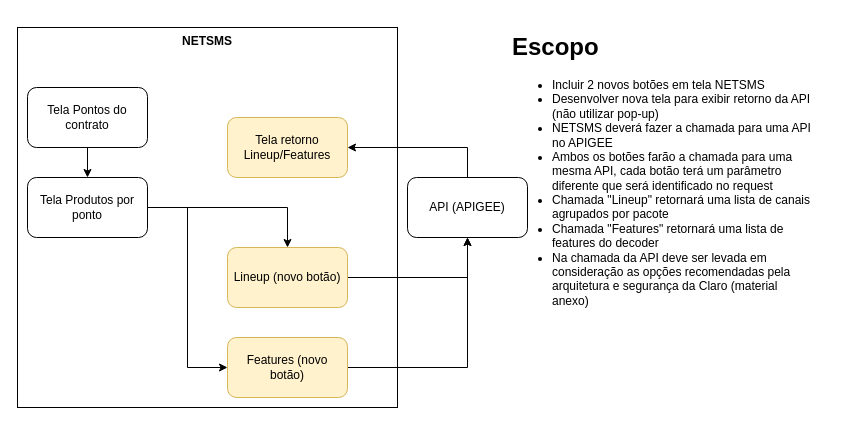
The draw.io diagram page "Lineup NETSMS" (1 of 2) of Botão lineup.drawio in samirali/ClaroBrasil, before the edit. Source tidied: cells renumbered, new cells numbered last; positions are measured from the earlier drawing's top-left corner, leaving out a move shared by most shapes. Both pictures are drawn from the tidied source at 100%, with x=0, y=0 at pixel (17, 27).
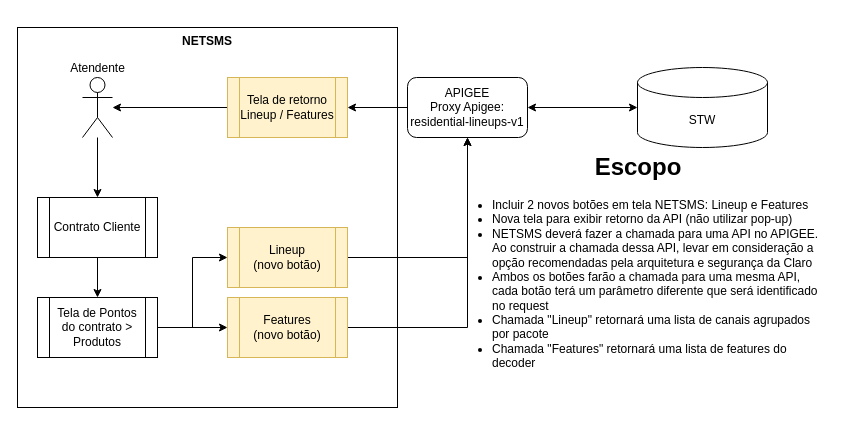
The same page after the edit.

Change to the diagram source:
```diff
@@
-    <mxCell id="3" style="edgeStyle=orthogonalEdgeStyle;rounded=0;jettySize=auto;html=1;" parent="1" edge="1" source="4" target="9">
-      <mxGeometry relative="1" as="geometry" />
-    </mxCell>
-    <mxCell id="4" value="Tela Pontos do contrato" style="rounded=1;whiteSpace=wrap;html=1;" parent="1" vertex="1">
-      <mxGeometry x="10" y="60" width="120" height="60" as="geometry" />
-    </mxCell>
-    <mxCell id="5" style="edgeStyle=orthogonalEdgeStyle;rounded=0;jettySize=auto;html=1;entryX=1;entryY=0.5;entryDx=0;entryDy=0;exitX=0.5;exitY=0;exitDx=0;exitDy=0;" parent="1" edge="1" source="6" target="14">
-      <mxGeometry relative="1" as="geometry">
-        <Array as="points">
-          <mxPoint x="450" y="120" />
-        </Array>
-      </mxGeometry>
-    </mxCell>
+    <mxCell id="16" style="edgeStyle=orthogonalEdgeStyle;rounded=0;jettySize=auto;html=1;startArrow=classic;startFill=1;" parent="1" edge="1" source="6" target="19">
+      <mxGeometry relative="1" as="geometry" />
+    </mxCell>
+    <mxCell id="17" style="edgeStyle=orthogonalEdgeStyle;rounded=0;jettySize=auto;html=1;entryX=1;entryY=0.5;entryDx=0;entryDy=0;" parent="1" edge="1" source="6" target="25">
+      <mxGeometry relative="1" as="geometry" />
+    </mxCell>
-    <mxCell id="6" value="API (APIGEE)" style="rounded=1;whiteSpace=wrap;html=1;" parent="1" vertex="1">
-      <mxGeometry x="390" y="150" width="120" height="60" as="geometry" />
+    <mxCell id="6" value="APIGEE&lt;br&gt;Proxy Apigee: residential-lineups-v1" style="rounded=1;whiteSpace=wrap;html=1;" parent="1" vertex="1">
+      <mxGeometry x="390" y="50" width="120" height="60" as="geometry" />
     </mxCell>
-    <mxCell id="7" style="edgeStyle=orthogonalEdgeStyle;rounded=0;jettySize=auto;html=1;" parent="1" edge="1" source="9" target="11">
+    <mxCell id="7" style="edgeStyle=orthogonalEdgeStyle;rounded=0;jettySize=auto;html=1;exitX=1;exitY=0.5;exitDx=0;exitDy=0;entryX=0;entryY=0.5;entryDx=0;entryDy=0;" parent="1" edge="1" source="20" target="11">
       <mxGeometry relative="1" as="geometry" />
     </mxCell>
-    <mxCell id="8" style="edgeStyle=orthogonalEdgeStyle;rounded=0;jettySize=auto;html=1;entryX=0;entryY=0.5;entryDx=0;entryDy=0;" parent="1" edge="1" source="9" target="13">
+    <mxCell id="8" style="edgeStyle=orthogonalEdgeStyle;rounded=0;jettySize=auto;html=1;exitX=1;exitY=0.5;exitDx=0;exitDy=0;entryX=0;entryY=0.5;entryDx=0;entryDy=0;" parent="1" edge="1" source="20" target="13">
       <mxGeometry relative="1" as="geometry" />
     </mxCell>
-    <mxCell id="9" value="Tela Produtos por ponto" style="rounded=1;whiteSpace=wrap;html=1;" parent="1" vertex="1">
-      <mxGeometry x="10" y="150" width="120" height="60" as="geometry" />
-    </mxCell>
-    <mxCell id="10" style="edgeStyle=orthogonalEdgeStyle;rounded=0;jettySize=auto;html=1;entryX=0.5;entryY=1;entryDx=0;entryDy=0;" parent="1" edge="1" source="11" target="6">
+    <mxCell id="10" style="edgeStyle=orthogonalEdgeStyle;rounded=0;jettySize=auto;html=1;entryX=0.5;entryY=1;entryDx=0;entryDy=0;exitX=1;exitY=0.5;exitDx=0;exitDy=0;" parent="1" edge="1" source="11" target="6">
       <mxGeometry relative="1" as="geometry" />
     </mxCell>
+    <mxCell id="12" style="edgeStyle=orthogonalEdgeStyle;rounded=0;jettySize=auto;html=1;entryX=0.5;entryY=1;entryDx=0;entryDy=0;exitX=1;exitY=0.5;exitDx=0;exitDy=0;" parent="1" edge="1" source="13" target="6">
+      <mxGeometry relative="1" as="geometry" />
+    </mxCell>
+    <mxCell id="18" style="edgeStyle=orthogonalEdgeStyle;rounded=0;jettySize=auto;html=1;exitX=0;exitY=0.5;exitDx=0;exitDy=0;" parent="1" edge="1" source="25" target="22">
+      <mxGeometry relative="1" as="geometry" />
+    </mxCell>
+    <mxCell id="15" value="&lt;h1 style=&quot;text-align: center;&quot;&gt;Escopo&lt;/h1&gt;&lt;p&gt;&lt;/p&gt;&lt;ul&gt;&lt;li&gt;Incluir 2 novos botões em tela NETSMS: Lineup e Features&lt;/li&gt;&lt;li&gt;Nova tela para exibir retorno da API (não utilizar pop-up)&lt;/li&gt;&lt;li&gt;NETSMS deverá fazer a chamada para uma API no APIGEE.&amp;nbsp; Ao construir a chamada dessa API, levar em consideração a opção recomendadas pela arquitetura e segurança da Claro&lt;/li&gt;&lt;li&gt;Ambos os botões farão a chamada para uma mesma API, cada botão terá um parâmetro diferente que será identificado no request&lt;/li&gt;&lt;li&gt;Chamada &quot;Lineup&quot; retornará uma lista de canais agrupados por pacote&lt;/li&gt;&lt;li&gt;Chamada &quot;Features&quot; retornará uma lista de features do decoder&lt;/li&gt;&lt;/ul&gt;&lt;p&gt;&lt;/p&gt;" style="text;html=1;strokeColor=none;fillColor=none;spacing=5;spacingTop=-20;whiteSpace=wrap;overflow=hidden;rounded=0;" parent="1" vertex="1">
+      <mxGeometry x="430" y="120" width="380" height="240" as="geometry" />
+    </mxCell>
+    <mxCell id="19" value="STW" style="shape=cylinder3;whiteSpace=wrap;html=1;boundedLbl=1;backgroundOutline=1;size=15;" parent="1" vertex="1">
+      <mxGeometry x="620" y="40" width="130" height="80" as="geometry" />
+    </mxCell>
+    <mxCell id="20" value="Tela de Pontos do contrato &amp;gt; Produtos" style="shape=process;whiteSpace=wrap;html=1;backgroundOutline=1;" parent="1" vertex="1">
+      <mxGeometry x="20" y="270" width="120" height="60" as="geometry" />
+    </mxCell>
+    <mxCell id="21" style="edgeStyle=orthogonalEdgeStyle;rounded=0;jettySize=auto;html=1;" parent="1" edge="1" source="22" target="24">
+      <mxGeometry relative="1" as="geometry" />
+    </mxCell>
+    <mxCell id="22" value="Atendente" style="shape=umlActor;verticalLabelPosition=top;verticalAlign=bottom;html=1;outlineConnect=0;horizontal=1;align=center;labelPosition=center;" parent="1" vertex="1">
+      <mxGeometry x="65" y="50" width="30" height="60" as="geometry" />
+    </mxCell>
+    <mxCell id="23" style="edgeStyle=orthogonalEdgeStyle;rounded=0;jettySize=auto;html=1;" parent="1" edge="1" source="24" target="20">
+      <mxGeometry relative="1" as="geometry" />
+    </mxCell>
+    <mxCell id="24" value="Contrato Cliente" style="shape=process;whiteSpace=wrap;html=1;backgroundOutline=1;" parent="1" vertex="1">
+      <mxGeometry x="20" y="170" width="120" height="60" as="geometry" />
+    </mxCell>
-    <mxCell id="11" value="Lineup (novo botão)" style="rounded=1;whiteSpace=wrap;html=1;fillColor=#fff2cc;strokeColor=#d6b656;" parent="1" vertex="1">
-      <mxGeometry x="210" y="220" width="120" height="60" as="geometry" />
+    <mxCell id="11" value="Lineup &lt;br&gt;(novo botão)" style="shape=process;whiteSpace=wrap;html=1;backgroundOutline=1;fillColor=#fff2cc;strokeColor=#d6b656;" parent="1" vertex="1">
+      <mxGeometry x="210" y="200" width="120" height="60" as="geometry" />
     </mxCell>
-    <mxCell id="12" style="edgeStyle=orthogonalEdgeStyle;rounded=0;jettySize=auto;html=1;entryX=0.5;entryY=1;entryDx=0;entryDy=0;" parent="1" edge="1" source="13" target="6">
-      <mxGeometry relative="1" as="geometry" />
-    </mxCell>
-    <mxCell id="13" value="Features (novo botão)" style="rounded=1;whiteSpace=wrap;html=1;fillColor=#fff2cc;strokeColor=#d6b656;" parent="1" vertex="1">
-      <mxGeometry x="210" y="310" width="120" height="60" as="geometry" />
+    <mxCell id="13" value="Features &lt;br&gt;(novo botão)" style="shape=process;whiteSpace=wrap;html=1;backgroundOutline=1;fillColor=#fff2cc;strokeColor=#d6b656;" parent="1" vertex="1">
+      <mxGeometry x="210" y="270" width="120" height="60" as="geometry" />
     </mxCell>
-    <mxCell id="14" value="Tela retorno Lineup/Features" style="rounded=1;whiteSpace=wrap;html=1;fillColor=#fff2cc;strokeColor=#d6b656;" parent="1" vertex="1">
-      <mxGeometry x="210" y="90" width="120" height="60" as="geometry" />
-    </mxCell>
-    <mxCell id="15" value="&lt;h1&gt;Escopo&lt;/h1&gt;&lt;p&gt;&lt;/p&gt;&lt;ul&gt;&lt;li&gt;Incluir 2 novos botões em tela NETSMS&lt;/li&gt;&lt;li&gt;Desenvolver nova tela para exibir retorno da API (não utilizar pop-up)&lt;/li&gt;&lt;li&gt;NETSMS deverá fazer a chamada para uma API no APIGEE&lt;/li&gt;&lt;li&gt;Ambos os botões farão a chamada para uma mesma API, cada botão terá um parâmetro diferente que será identificado no request&lt;/li&gt;&lt;li&gt;Chamada &quot;Lineup&quot; retornará uma lista de canais agrupados por pacote&lt;/li&gt;&lt;li&gt;Chamada &quot;Features&quot; retornará uma lista de features do decoder&lt;/li&gt;&lt;li&gt;Na chamada da API deve ser levada em consideração as opções recomendadas pela arquitetura e segurança da Claro (material anexo)&lt;/li&gt;&lt;/ul&gt;&lt;p&gt;&lt;/p&gt;" style="text;html=1;strokeColor=none;fillColor=none;spacing=5;spacingTop=-20;whiteSpace=wrap;overflow=hidden;rounded=0;" parent="1" vertex="1">
-      <mxGeometry x="490" width="310" height="310" as="geometry" />
-    </mxCell>
+    <mxCell id="25" value="Tela de retorno Lineup / Features" style="shape=process;whiteSpace=wrap;html=1;backgroundOutline=1;fillColor=#fff2cc;strokeColor=#d6b656;" parent="1" vertex="1">
+      <mxGeometry x="210" y="50" width="120" height="60" as="geometry" />
+    </mxCell>
```
